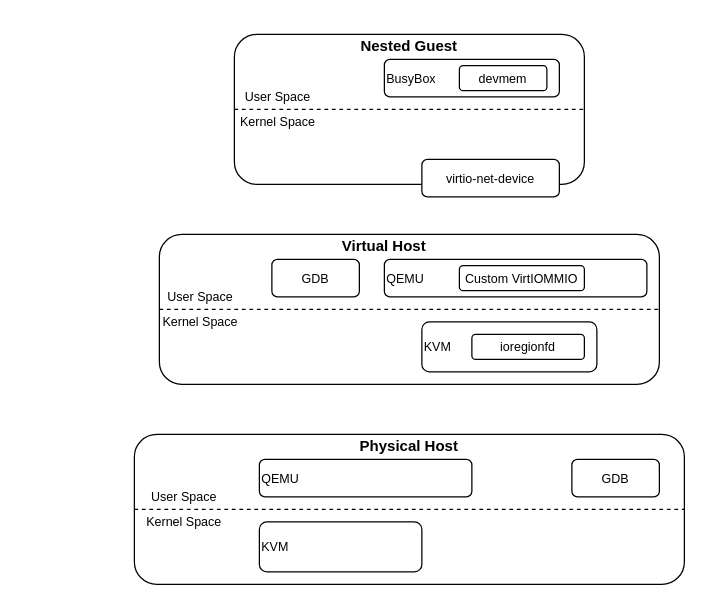
Earlier version of the draw.io diagram ioregionfd_debugging.drawio (vmuxIO/diagrams). Source tidied: cells renumbered, new cells numbered last; positions are measured from the earlier drawing's top-left corner, leaving out a move shared by most shapes. Both pictures are drawn from the tidied source at 125%, with x=0, y=0 at pixel (134, 34).
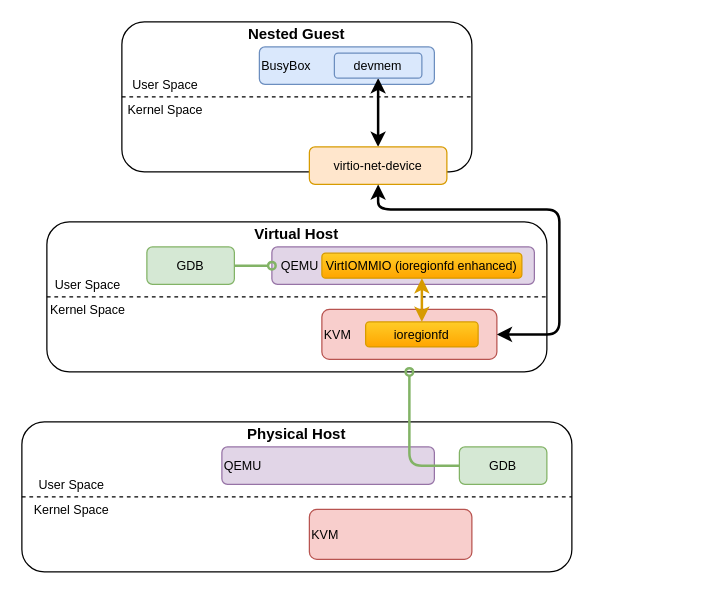
The same page after the edit.

The edit, as a diff of the source:
```diff
@@
-    <mxCell id="2" style="group;" parent="1" vertex="1">
-      <mxGeometry y="320" width="440" height="120" as="geometry" />
-    </mxCell>
-    <mxCell id="3" value="&lt;div&gt;&lt;br&gt;&lt;/div&gt;&lt;div&gt;&lt;br&gt;&lt;/div&gt;&lt;div&gt;&lt;br&gt;&lt;/div&gt;&lt;div align=&quot;left&quot;&gt;&lt;br&gt;&lt;/div&gt;&lt;div align=&quot;left&quot;&gt;&lt;br&gt;&lt;/div&gt;&lt;div&gt;&lt;br&gt;&lt;/div&gt;&lt;div&gt;&lt;br&gt;&lt;/div&gt;&lt;div&gt;&lt;br&gt;&lt;/div&gt;" style="rounded=1;whiteSpace=wrap;html=1;" parent="2" vertex="1">
-      <mxGeometry width="440" height="120" as="geometry" />
+    <mxCell id="3" value="&lt;div&gt;&lt;br&gt;&lt;/div&gt;&lt;div&gt;&lt;br&gt;&lt;/div&gt;&lt;div&gt;&lt;br&gt;&lt;/div&gt;&lt;div align=&quot;left&quot;&gt;&lt;br&gt;&lt;/div&gt;&lt;div align=&quot;left&quot;&gt;&lt;br&gt;&lt;/div&gt;&lt;div&gt;&lt;br&gt;&lt;/div&gt;&lt;div&gt;&lt;br&gt;&lt;/div&gt;&lt;div&gt;&lt;br&gt;&lt;/div&gt;" style="rounded=1;whiteSpace=wrap;html=1;" parent="1" vertex="1">
+      <mxGeometry x="-90" y="310" width="440" height="120" as="geometry" />
     </mxCell>
-    <mxCell id="4" style="endArrow=none;dashed=1;html=1;rounded=0;entryX=1;entryY=0.5;entryDx=0;entryDy=0;exitX=0;exitY=0.5;exitDx=0;exitDy=0;" parent="2" edge="1" source="3" target="3">
+    <mxCell id="4" style="endArrow=none;dashed=1;html=1;rounded=0;entryX=1;entryY=0.5;entryDx=0;entryDy=0;exitX=0;exitY=0.5;exitDx=0;exitDy=0;" parent="1" edge="1" source="3" target="3">
       <mxGeometry relative="1" as="geometry" />
     </mxCell>
-    <mxCell id="5" value="Physical Host" style="text;html=1;strokeColor=none;fillColor=none;align=center;verticalAlign=middle;whiteSpace=wrap;rounded=0;fontStyle=1;" parent="2" vertex="1">
-      <mxGeometry width="440" height="20" as="geometry" />
+    <mxCell id="5" value="Physical Host" style="text;html=1;strokeColor=none;fillColor=none;align=center;verticalAlign=middle;whiteSpace=wrap;rounded=0;fontStyle=1;" parent="1" vertex="1">
+      <mxGeometry x="-90" y="310" width="440" height="20" as="geometry" />
     </mxCell>
-    <mxCell id="6" value="&lt;font style=&quot;font-size: 10px;&quot;&gt;User Space&lt;/font&gt;" style="text;html=1;strokeColor=none;fillColor=none;align=center;verticalAlign=middle;whiteSpace=wrap;rounded=0;" parent="2" vertex="1">
-      <mxGeometry y="40" width="80" height="20" as="geometry" />
+    <mxCell id="6" value="&lt;font style=&quot;font-size: 10px;&quot;&gt;User Space&lt;/font&gt;" style="text;html=1;strokeColor=none;fillColor=none;align=center;verticalAlign=middle;whiteSpace=wrap;rounded=0;" parent="1" vertex="1">
+      <mxGeometry x="-90" y="350" width="80" height="20" as="geometry" />
     </mxCell>
-    <mxCell id="7" value="&lt;font style=&quot;font-size: 10px;&quot;&gt;Kernel Space&lt;/font&gt;" style="text;html=1;strokeColor=none;fillColor=none;align=center;verticalAlign=middle;whiteSpace=wrap;rounded=0;" parent="2" vertex="1">
-      <mxGeometry y="60" width="80" height="20" as="geometry" />
+    <mxCell id="7" value="&lt;font style=&quot;font-size: 10px;&quot;&gt;Kernel Space&lt;/font&gt;" style="text;html=1;strokeColor=none;fillColor=none;align=center;verticalAlign=middle;whiteSpace=wrap;rounded=0;" parent="1" vertex="1">
+      <mxGeometry x="-90" y="370" width="80" height="20" as="geometry" />
     </mxCell>
-    <mxCell id="8" value="&lt;div align=&quot;left&quot;&gt;KVM&lt;/div&gt;" style="rounded=1;whiteSpace=wrap;html=1;fontSize=10;align=left;" parent="2" vertex="1">
-      <mxGeometry x="100" y="70" width="130" height="40" as="geometry" />
+    <mxCell id="8" value="&lt;div align=&quot;left&quot;&gt;KVM&lt;/div&gt;" style="rounded=1;whiteSpace=wrap;html=1;fontSize=10;align=left;fillColor=#f8cecc;strokeColor=#b85450;" parent="1" vertex="1">
+      <mxGeometry x="140" y="380" width="130" height="40" as="geometry" />
     </mxCell>
-    <mxCell id="9" value="&lt;div align=&quot;left&quot;&gt;QEMU&lt;/div&gt;" style="rounded=1;whiteSpace=wrap;html=1;fontSize=10;align=left;" parent="2" vertex="1">
-      <mxGeometry x="100" y="20" width="170" height="30" as="geometry" />
+    <mxCell id="9" value="&lt;div align=&quot;left&quot;&gt;QEMU&lt;/div&gt;" style="rounded=1;whiteSpace=wrap;html=1;fontSize=10;align=left;fillColor=#e1d5e7;strokeColor=#9673a6;" parent="1" vertex="1">
+      <mxGeometry x="70" y="330" width="170" height="30" as="geometry" />
     </mxCell>
-    <mxCell id="10" value="GDB" style="rounded=1;whiteSpace=wrap;html=1;fontSize=10;" parent="2" vertex="1">
-      <mxGeometry x="350" y="20" width="70" height="30" as="geometry" />
+    <mxCell id="10" value="GDB" style="rounded=1;whiteSpace=wrap;html=1;fontSize=10;fillColor=#d5e8d4;strokeColor=#82b366;" parent="1" vertex="1">
+      <mxGeometry x="260" y="330" width="70" height="30" as="geometry" />
     </mxCell>
-    <mxCell id="11" style="group;" parent="1" vertex="1">
-      <mxGeometry x="20" y="160" width="400" height="120" as="geometry" />
-    </mxCell>
-    <mxCell id="12" value="&lt;div&gt;&lt;br&gt;&lt;/div&gt;&lt;div&gt;&lt;br&gt;&lt;/div&gt;&lt;div&gt;&lt;br&gt;&lt;/div&gt;&lt;div align=&quot;left&quot;&gt;&lt;br&gt;&lt;/div&gt;&lt;div align=&quot;left&quot;&gt;&lt;br&gt;&lt;/div&gt;&lt;div&gt;&lt;br&gt;&lt;/div&gt;&lt;div&gt;&lt;br&gt;&lt;/div&gt;&lt;div&gt;&lt;br&gt;&lt;/div&gt;" style="rounded=1;whiteSpace=wrap;html=1;" parent="11" vertex="1">
-      <mxGeometry width="400" height="120" as="geometry" />
+    <mxCell id="12" value="&lt;div&gt;&lt;br&gt;&lt;/div&gt;&lt;div&gt;&lt;br&gt;&lt;/div&gt;&lt;div&gt;&lt;br&gt;&lt;/div&gt;&lt;div align=&quot;left&quot;&gt;&lt;br&gt;&lt;/div&gt;&lt;div align=&quot;left&quot;&gt;&lt;br&gt;&lt;/div&gt;&lt;div&gt;&lt;br&gt;&lt;/div&gt;&lt;div&gt;&lt;br&gt;&lt;/div&gt;&lt;div&gt;&lt;br&gt;&lt;/div&gt;" style="rounded=1;whiteSpace=wrap;html=1;" parent="1" vertex="1">
+      <mxGeometry x="-70" y="150" width="400" height="120" as="geometry" />
     </mxCell>
-    <mxCell id="13" style="endArrow=none;dashed=1;html=1;rounded=0;entryX=1;entryY=0.5;entryDx=0;entryDy=0;exitX=0;exitY=0.5;exitDx=0;exitDy=0;" parent="11" edge="1" source="12" target="12">
+    <mxCell id="13" style="endArrow=none;dashed=1;html=1;rounded=0;entryX=1;entryY=0.5;entryDx=0;entryDy=0;exitX=0;exitY=0.5;exitDx=0;exitDy=0;" parent="1" edge="1" source="12" target="12">
       <mxGeometry relative="1" as="geometry" />
     </mxCell>
-    <mxCell id="14" value="Virtual Host" style="text;html=1;strokeColor=none;fillColor=none;align=center;verticalAlign=middle;whiteSpace=wrap;rounded=0;fontStyle=1;" parent="11" vertex="1">
-      <mxGeometry width="360" height="20" as="geometry" />
+    <mxCell id="14" value="Virtual Host" style="text;html=1;strokeColor=none;fillColor=none;align=center;verticalAlign=middle;whiteSpace=wrap;rounded=0;fontStyle=1;" parent="1" vertex="1">
+      <mxGeometry x="-70" y="150" width="400" height="20" as="geometry" />
     </mxCell>
-    <mxCell id="15" value="&lt;font style=&quot;font-size: 10px;&quot;&gt;User Space&lt;/font&gt;" style="text;html=1;strokeColor=none;fillColor=none;align=center;verticalAlign=middle;whiteSpace=wrap;rounded=0;" parent="11" vertex="1">
-      <mxGeometry y="40" width="65.5" height="20" as="geometry" />
+    <mxCell id="15" value="&lt;font style=&quot;font-size: 10px;&quot;&gt;User Space&lt;/font&gt;" style="text;html=1;strokeColor=none;fillColor=none;align=center;verticalAlign=middle;whiteSpace=wrap;rounded=0;" parent="1" vertex="1">
+      <mxGeometry x="-70" y="190" width="65.5" height="20" as="geometry" />
     </mxCell>
-    <mxCell id="16" value="&lt;font style=&quot;font-size: 10px;&quot;&gt;Kernel Space&lt;/font&gt;" style="text;html=1;strokeColor=none;fillColor=none;align=center;verticalAlign=middle;whiteSpace=wrap;rounded=0;" parent="11" vertex="1">
-      <mxGeometry y="60" width="65.5" height="20" as="geometry" />
+    <mxCell id="16" value="&lt;font style=&quot;font-size: 10px;&quot;&gt;Kernel Space&lt;/font&gt;" style="text;html=1;strokeColor=none;fillColor=none;align=center;verticalAlign=middle;whiteSpace=wrap;rounded=0;" parent="1" vertex="1">
+      <mxGeometry x="-70" y="210" width="65.5" height="20" as="geometry" />
     </mxCell>
-    <mxCell id="17" value="&lt;div align=&quot;left&quot;&gt;KVM&lt;/div&gt;" style="rounded=1;whiteSpace=wrap;html=1;fontSize=10;align=left;" parent="11" vertex="1">
-      <mxGeometry x="210" y="70" width="140" height="40" as="geometry" />
+    <mxCell id="17" value="&lt;div align=&quot;left&quot;&gt;KVM&lt;/div&gt;" style="rounded=1;whiteSpace=wrap;html=1;fontSize=10;align=left;fillColor=#f8cecc;strokeColor=#b85450;" parent="1" vertex="1">
+      <mxGeometry x="150" y="220" width="140" height="40" as="geometry" />
     </mxCell>
-    <mxCell id="18" value="ioregionfd" style="rounded=1;whiteSpace=wrap;html=1;fontSize=10;" parent="11" vertex="1">
-      <mxGeometry x="250" y="80" width="90" height="20" as="geometry" />
+    <mxCell id="18" value="ioregionfd" style="rounded=1;whiteSpace=wrap;html=1;fontSize=10;fillColor=#ffcd28;strokeColor=#d79b00;gradientColor=#ffa500;" parent="1" vertex="1">
+      <mxGeometry x="185" y="230" width="90" height="20" as="geometry" />
     </mxCell>
-    <mxCell id="19" value="&lt;div align=&quot;left&quot;&gt;QEMU&lt;/div&gt;" style="rounded=1;whiteSpace=wrap;html=1;fontSize=10;align=left;" parent="11" vertex="1">
-      <mxGeometry x="180" y="20" width="210" height="30" as="geometry" />
+    <mxCell id="19" value="&lt;div align=&quot;left&quot;&gt;&amp;nbsp; QEMU&lt;/div&gt;" style="rounded=1;whiteSpace=wrap;html=1;fontSize=10;align=left;fillColor=#e1d5e7;strokeColor=#9673a6;" parent="1" vertex="1">
+      <mxGeometry x="110" y="170" width="210" height="30" as="geometry" />
     </mxCell>
-    <mxCell id="20" value="Custom VirtIOMMIO" style="rounded=1;whiteSpace=wrap;html=1;fontSize=10;" parent="11" vertex="1">
-      <mxGeometry x="240" y="25" width="100" height="20" as="geometry" />
+    <mxCell id="20" value="VirtIOMMIO (ioregionfd enhanced)" style="rounded=1;whiteSpace=wrap;html=1;fontSize=10;fillColor=#ffcd28;strokeColor=#d79b00;gradientColor=#ffa500;" parent="1" vertex="1">
+      <mxGeometry x="150" y="175" width="160" height="20" as="geometry" />
     </mxCell>
+    <mxCell id="31" style="edgeStyle=orthogonalEdgeStyle;rounded=0;jettySize=auto;html=1;entryX=0;entryY=0.5;entryDx=0;entryDy=0;fontSize=10;strokeWidth=2;endArrow=oval;endFill=0;fillColor=#d5e8d4;strokeColor=#82b366;" parent="1" edge="1" source="21" target="19">
+      <mxGeometry relative="1" as="geometry" />
+    </mxCell>
-    <mxCell id="21" value="GDB" style="rounded=1;whiteSpace=wrap;html=1;fontSize=10;" parent="11" vertex="1">
-      <mxGeometry x="90" y="20" width="70" height="30" as="geometry" />
+    <mxCell id="21" value="GDB" style="rounded=1;whiteSpace=wrap;html=1;fontSize=10;fillColor=#d5e8d4;strokeColor=#82b366;" parent="1" vertex="1">
+      <mxGeometry x="10" y="170" width="70" height="30" as="geometry" />
     </mxCell>
-    <mxCell id="22" style="group;" parent="1" vertex="1">
-      <mxGeometry x="80" width="280" height="140" as="geometry" />
-    </mxCell>
+    <mxCell id="32" style="edgeStyle=orthogonalEdgeStyle;rounded=0;jettySize=auto;html=1;fontSize=10;strokeWidth=2;startArrow=classic;startFill=1;entryX=0.5;entryY=1;entryDx=0;entryDy=0;fillColor=#ffcd28;strokeColor=#d79b00;gradientColor=#ffa500;" parent="1" edge="1" source="18" target="20">
+      <mxGeometry relative="1" as="geometry" />
+    </mxCell>
-    <mxCell id="23" value="&lt;div&gt;&lt;br&gt;&lt;/div&gt;&lt;div&gt;&lt;br&gt;&lt;/div&gt;&lt;div&gt;&lt;br&gt;&lt;/div&gt;&lt;div align=&quot;left&quot;&gt;&lt;br&gt;&lt;/div&gt;&lt;div align=&quot;left&quot;&gt;&lt;br&gt;&lt;/div&gt;&lt;div&gt;&lt;br&gt;&lt;/div&gt;&lt;div&gt;&lt;br&gt;&lt;/div&gt;&lt;div&gt;&lt;br&gt;&lt;/div&gt;" style="rounded=1;whiteSpace=wrap;html=1;" parent="22" vertex="1">
-      <mxGeometry width="280" height="120" as="geometry" />
+    <mxCell id="23" value="&lt;div&gt;&lt;br&gt;&lt;/div&gt;&lt;div&gt;&lt;br&gt;&lt;/div&gt;&lt;div&gt;&lt;br&gt;&lt;/div&gt;&lt;div align=&quot;left&quot;&gt;&lt;br&gt;&lt;/div&gt;&lt;div align=&quot;left&quot;&gt;&lt;br&gt;&lt;/div&gt;&lt;div&gt;&lt;br&gt;&lt;/div&gt;&lt;div&gt;&lt;br&gt;&lt;/div&gt;&lt;div&gt;&lt;br&gt;&lt;/div&gt;" style="rounded=1;whiteSpace=wrap;html=1;" parent="1" vertex="1">
+      <mxGeometry x="-10" y="-10" width="280" height="120" as="geometry" />
     </mxCell>
-    <mxCell id="24" style="endArrow=none;dashed=1;html=1;rounded=0;entryX=1;entryY=0.5;entryDx=0;entryDy=0;exitX=0;exitY=0.5;exitDx=0;exitDy=0;" parent="22" edge="1" source="23" target="23">
+    <mxCell id="24" style="endArrow=none;dashed=1;html=1;rounded=0;entryX=1;entryY=0.5;entryDx=0;entryDy=0;exitX=0;exitY=0.5;exitDx=0;exitDy=0;" parent="1" edge="1" source="23" target="23">
       <mxGeometry relative="1" as="geometry" />
     </mxCell>
-    <mxCell id="25" value="Nested Guest" style="text;html=1;strokeColor=none;fillColor=none;align=center;verticalAlign=middle;whiteSpace=wrap;rounded=0;fontStyle=1;" parent="22" vertex="1">
-      <mxGeometry width="280" height="20" as="geometry" />
+    <mxCell id="25" value="Nested Guest" style="text;html=1;strokeColor=none;fillColor=none;align=center;verticalAlign=middle;whiteSpace=wrap;rounded=0;fontStyle=1;" parent="1" vertex="1">
+      <mxGeometry x="-10" y="-10" width="280" height="20" as="geometry" />
     </mxCell>
-    <mxCell id="26" value="&lt;font style=&quot;font-size: 10px;&quot;&gt;User Space&lt;/font&gt;" style="text;html=1;strokeColor=none;fillColor=none;align=center;verticalAlign=middle;whiteSpace=wrap;rounded=0;" parent="22" vertex="1">
-      <mxGeometry y="40" width="70" height="20" as="geometry" />
+    <mxCell id="26" value="&lt;font style=&quot;font-size: 10px;&quot;&gt;User Space&lt;/font&gt;" style="text;html=1;strokeColor=none;fillColor=none;align=center;verticalAlign=middle;whiteSpace=wrap;rounded=0;" parent="1" vertex="1">
+      <mxGeometry x="-10" y="30" width="70" height="20" as="geometry" />
     </mxCell>
-    <mxCell id="27" value="&lt;font style=&quot;font-size: 10px;&quot;&gt;Kernel Space&lt;/font&gt;" style="text;html=1;strokeColor=none;fillColor=none;align=center;verticalAlign=middle;whiteSpace=wrap;rounded=0;" parent="22" vertex="1">
-      <mxGeometry y="60" width="70" height="20" as="geometry" />
+    <mxCell id="27" value="&lt;font style=&quot;font-size: 10px;&quot;&gt;Kernel Space&lt;/font&gt;" style="text;html=1;strokeColor=none;fillColor=none;align=center;verticalAlign=middle;whiteSpace=wrap;rounded=0;" parent="1" vertex="1">
+      <mxGeometry x="-10" y="50" width="70" height="20" as="geometry" />
     </mxCell>
-    <mxCell id="28" value="BusyBox" style="rounded=1;whiteSpace=wrap;html=1;fontSize=10;align=left;" parent="22" vertex="1">
-      <mxGeometry x="120" y="20" width="140" height="30" as="geometry" />
+    <mxCell id="28" value="BusyBox" style="rounded=1;whiteSpace=wrap;html=1;fontSize=10;align=left;fillColor=#dae8fc;strokeColor=#6c8ebf;" parent="1" vertex="1">
+      <mxGeometry x="100" y="10" width="140" height="30" as="geometry" />
     </mxCell>
+    <mxCell id="33" style="edgeStyle=orthogonalEdgeStyle;rounded=0;jettySize=auto;html=1;fontSize=10;strokeWidth=2;startArrow=classic;startFill=1;" parent="1" edge="1" source="29" target="30">
+      <mxGeometry relative="1" as="geometry" />
+    </mxCell>
-    <mxCell id="29" value="devmem" style="rounded=1;whiteSpace=wrap;html=1;fontSize=10;" parent="22" vertex="1">
-      <mxGeometry x="180" y="25" width="70" height="20" as="geometry" />
+    <mxCell id="29" value="devmem" style="rounded=1;whiteSpace=wrap;html=1;fontSize=10;fillColor=#dae8fc;strokeColor=#6c8ebf;" parent="1" vertex="1">
+      <mxGeometry x="160" y="15" width="70" height="20" as="geometry" />
     </mxCell>
-    <mxCell id="30" value="virtio-net-device" style="rounded=1;whiteSpace=wrap;html=1;fontSize=10;" parent="22" vertex="1">
-      <mxGeometry x="150" y="100" width="110" height="30" as="geometry" />
+    <mxCell id="30" value="virtio-net-device" style="rounded=1;whiteSpace=wrap;html=1;fontSize=10;fillColor=#ffe6cc;strokeColor=#d79b00;" parent="1" vertex="1">
+      <mxGeometry x="140" y="90" width="110" height="30" as="geometry" />
     </mxCell>
+    <mxCell id="34" style="edgeStyle=orthogonalEdgeStyle;rounded=1;jettySize=auto;html=1;fontSize=10;strokeWidth=2;endArrow=oval;endFill=0;fillColor=#d5e8d4;strokeColor=#82b366;" parent="1" edge="1" source="10">
+      <mxGeometry relative="1" as="geometry">
+        <mxPoint x="220" y="270" as="targetPoint" />
+        <Array as="points">
+          <mxPoint x="220" y="345" />
+          <mxPoint x="220" y="270" />
+        </Array>
+      </mxGeometry>
+    </mxCell>
+    <mxCell id="35" style="edgeStyle=orthogonalEdgeStyle;rounded=1;jettySize=auto;html=1;fontSize=10;strokeWidth=2;startArrow=classic;startFill=1;entryX=1;entryY=0.5;entryDx=0;entryDy=0;" parent="1" edge="1" source="30" target="17">
+      <mxGeometry relative="1" as="geometry">
+        <Array as="points">
+          <mxPoint x="195" y="140" />
+          <mxPoint x="340" y="140" />
+          <mxPoint x="340" y="240" />
+        </Array>
+      </mxGeometry>
+    </mxCell>
```
